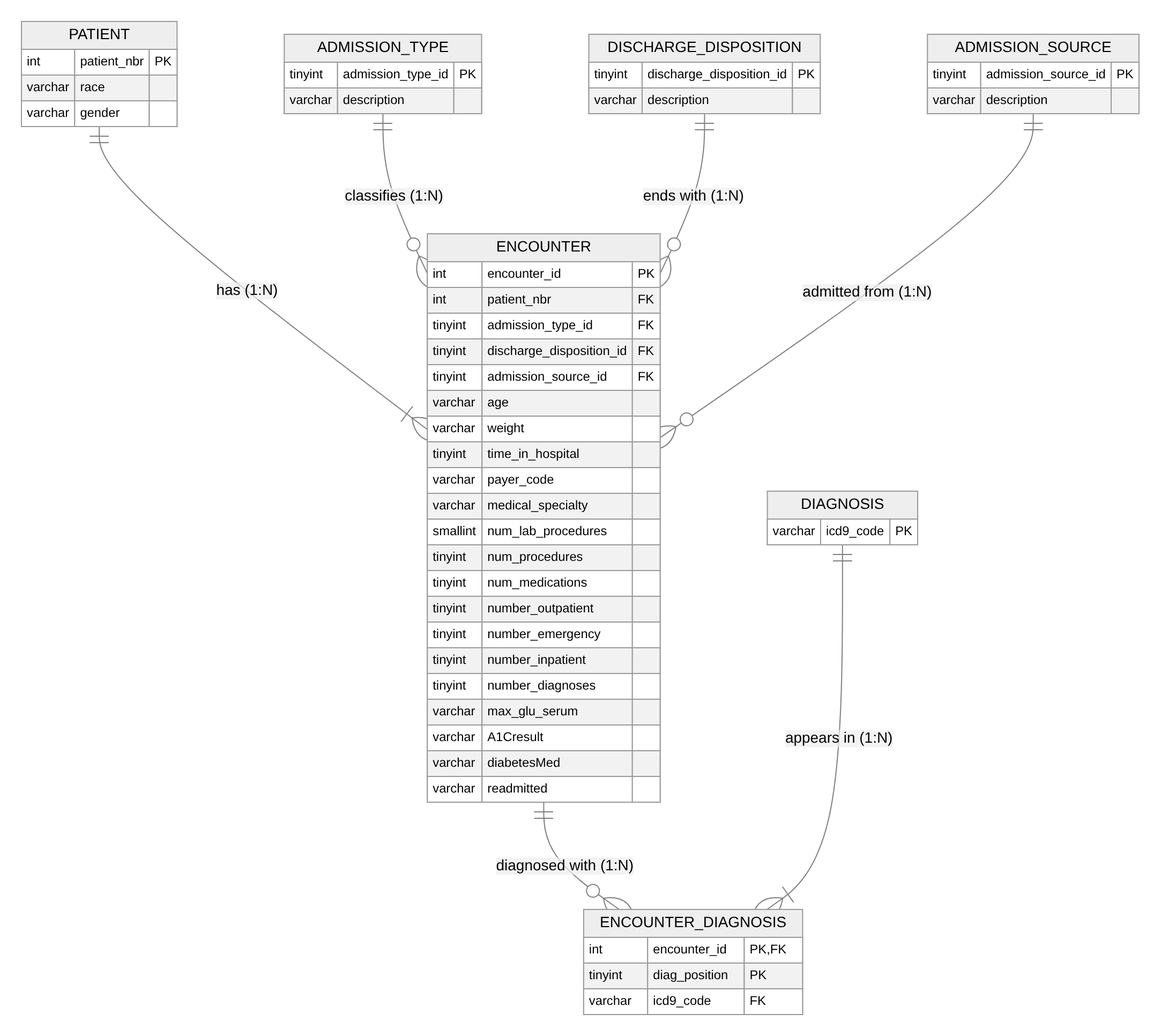
The Mermaid diagram work/er_diagram.png in mia-elena/hospital-diabetes-analysis, before a commit. Its source is kept beside it as work/er_diagram.mmd. The source it was exported from:
```mermaid
erDiagram
    PATIENT ||--|{ ENCOUNTER : "has (1:N)"
    ADMISSION_TYPE ||--o{ ENCOUNTER : "classifies (1:N)"
    DISCHARGE_DISPOSITION ||--o{ ENCOUNTER : "ends with (1:N)"
    ADMISSION_SOURCE ||--o{ ENCOUNTER : "admitted from (1:N)"
    ENCOUNTER ||--o{ ENCOUNTER_DIAGNOSIS : "diagnosed with (1:N)"
    DIAGNOSIS ||--|{ ENCOUNTER_DIAGNOSIS : "appears in (1:N)"

    PATIENT {
        int patient_nbr PK
        varchar race
        varchar gender
    }
    ENCOUNTER {
        int encounter_id PK
        int patient_nbr FK
        tinyint admission_type_id FK
        tinyint discharge_disposition_id FK
        tinyint admission_source_id FK
        varchar age
        varchar weight
        tinyint time_in_hospital
        varchar payer_code
        varchar medical_specialty
        smallint num_lab_procedures
        tinyint num_procedures
        tinyint num_medications
        tinyint number_outpatient
        tinyint number_emergency
        tinyint number_inpatient
        tinyint number_diagnoses
        varchar max_glu_serum
        varchar A1Cresult
        varchar diabetesMed
        varchar readmitted
    }
    ENCOUNTER_DIAGNOSIS {
        int encounter_id PK, FK
        tinyint diag_position PK
        varchar icd9_code FK
    }
    DIAGNOSIS {
        varchar icd9_code PK
    }
    ADMISSION_TYPE {
        tinyint admission_type_id PK
        varchar description
    }
    DISCHARGE_DISPOSITION {
        tinyint discharge_disposition_id PK
        varchar description
    }
    ADMISSION_SOURCE {
        tinyint admission_source_id PK
        varchar description
    }
```
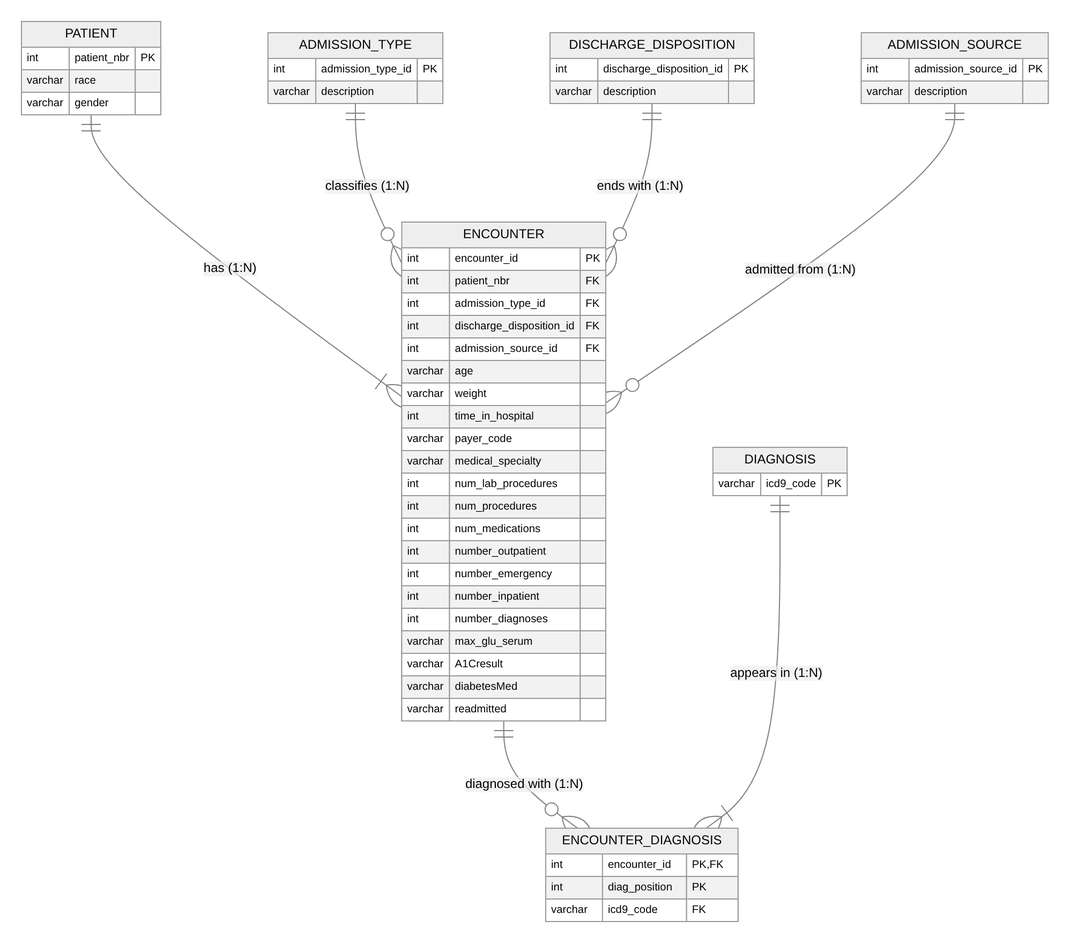
The same file after the commit.

Commit message:
Use int for all integer columns in ER diagram

Change to the diagram source:
```diff
@@ -14,21 +14,21 @@
     ENCOUNTER {
         int encounter_id PK
         int patient_nbr FK
-        tinyint admission_type_id FK
-        tinyint discharge_disposition_id FK
-        tinyint admission_source_id FK
+        int admission_type_id FK
+        int discharge_disposition_id FK
+        int admission_source_id FK
         varchar age
         varchar weight
-        tinyint time_in_hospital
+        int time_in_hospital
         varchar payer_code
         varchar medical_specialty
-        smallint num_lab_procedures
-        tinyint num_procedures
-        tinyint num_medications
-        tinyint number_outpatient
-        tinyint number_emergency
-        tinyint number_inpatient
-        tinyint number_diagnoses
+        int num_lab_procedures
+        int num_procedures
+        int num_medications
+        int number_outpatient
+        int number_emergency
+        int number_inpatient
+        int number_diagnoses
         varchar max_glu_serum
         varchar A1Cresult
         varchar diabetesMed
@@ -36,21 +36,21 @@
     }
     ENCOUNTER_DIAGNOSIS {
         int encounter_id PK, FK
-        tinyint diag_position PK
+        int diag_position PK
         varchar icd9_code FK
     }
     DIAGNOSIS {
         varchar icd9_code PK
     }
     ADMISSION_TYPE {
-        tinyint admission_type_id PK
+        int admission_type_id PK
         varchar description
     }
     DISCHARGE_DISPOSITION {
-        tinyint discharge_disposition_id PK
+        int discharge_disposition_id PK
         varchar description
     }
     ADMISSION_SOURCE {
-        tinyint admission_source_id PK
+        int admission_source_id PK
         varchar description
     }
```
